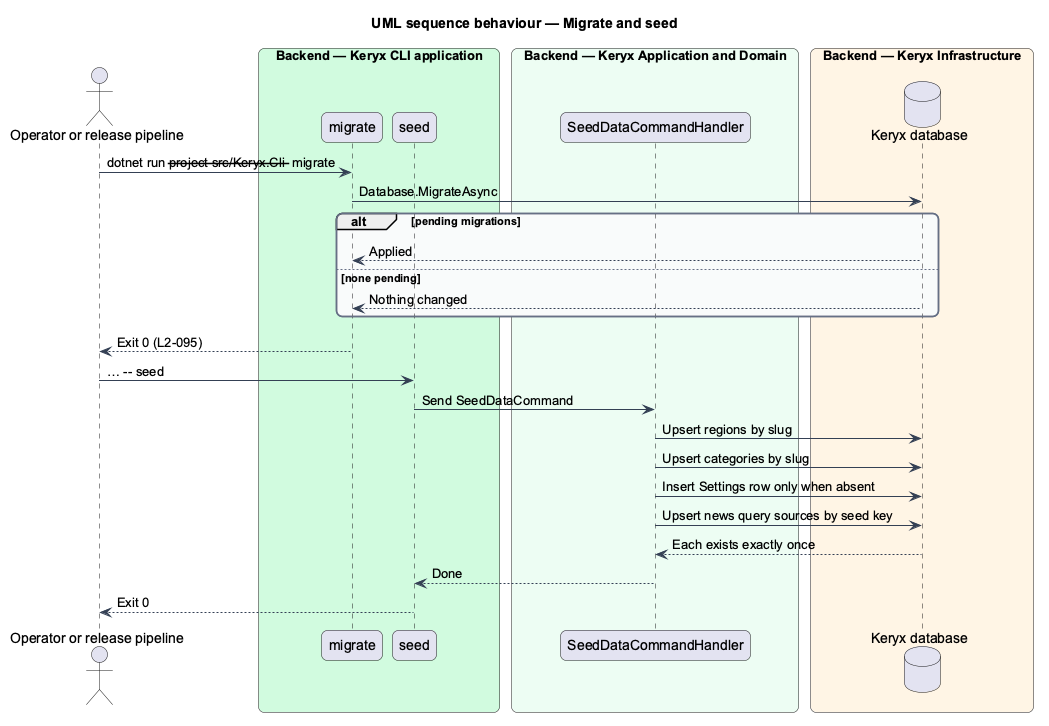
The PlantUML diagram docs/detailed-designs/operations/health-migrations-and-configuration/diagrams/sequence-migrate-and-seed.png in QuinntyneBrown/keryx, before a commit.
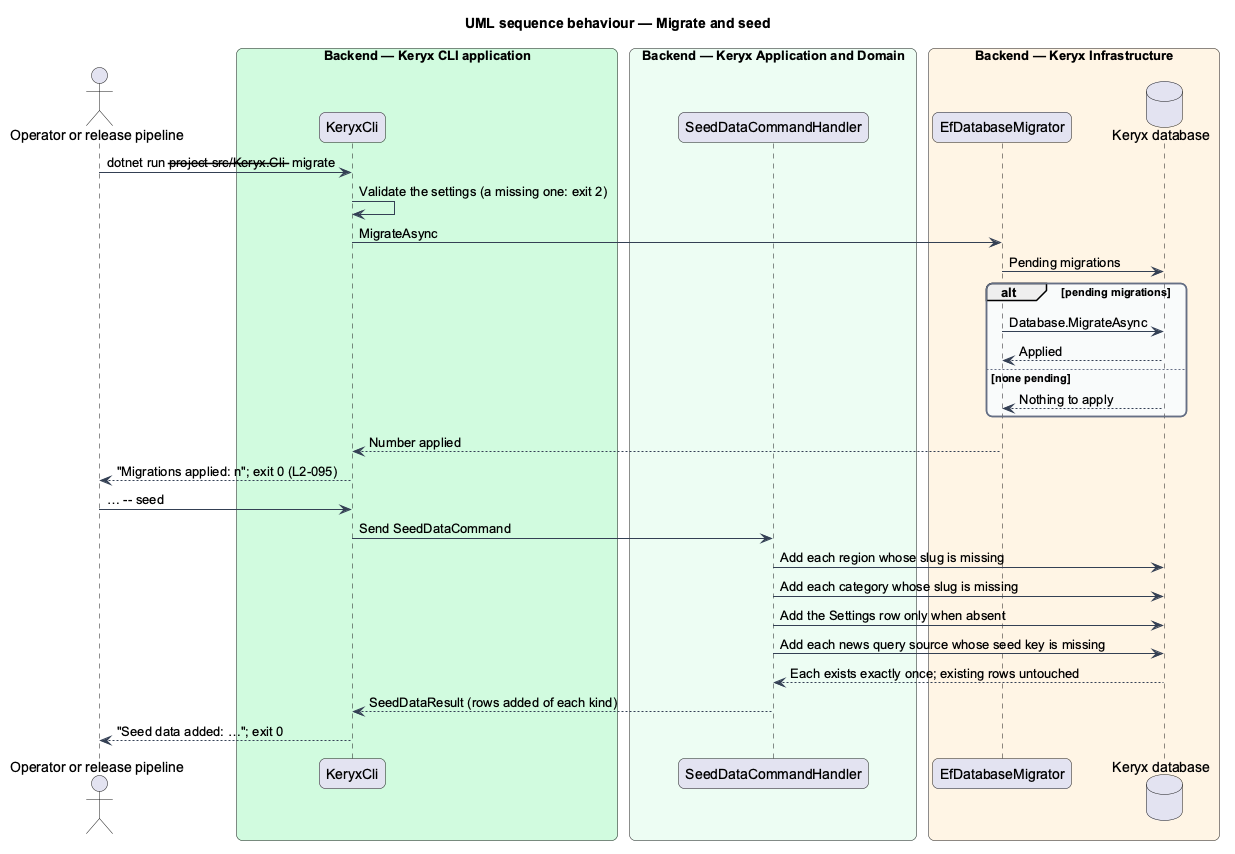
After the change.

Change to the diagram source:
```diff
@@ -16,30 +16,34 @@
 }
 actor "Operator or release pipeline" as op
 box "Backend — Keryx CLI application" #D1FADF
-  participant "migrate" as mig
-  participant "seed" as seed
+  participant "KeryxCli" as cli
 end box
 box "Backend — Keryx Application and Domain" #ECFDF3
   participant "SeedDataCommandHandler" as h
 end box
 box "Backend — Keryx Infrastructure" #FFF4E5
+  participant "EfDatabaseMigrator" as mig
   database "Keryx database" as db
 end box
-op -> mig : dotnet run --project src/Keryx.Cli -- migrate
-mig -> db : Database.MigrateAsync
+op -> cli : dotnet run --project src/Keryx.Cli -- migrate
+cli -> cli : Validate the settings (a missing one: exit 2)
+cli -> mig : MigrateAsync
+mig -> db : Pending migrations
 alt pending migrations
+  mig -> db : Database.MigrateAsync
   db --> mig : Applied
 else none pending
-  db --> mig : Nothing changed
+  db --> mig : Nothing to apply
 end
-mig --> op : Exit 0 (L2-095)
-op -> seed : … -- seed
-seed -> h : Send SeedDataCommand
-h -> db : Upsert regions by slug
-h -> db : Upsert categories by slug
-h -> db : Insert Settings row only when absent
-h -> db : Upsert news query sources by seed key
-db --> h : Each exists exactly once
-h --> seed : Done
-seed --> op : Exit 0
+mig --> cli : Number applied
+cli --> op : "Migrations applied: n"; exit 0 (L2-095)
+op -> cli : … -- seed
+cli -> h : Send SeedDataCommand
+h -> db : Add each region whose slug is missing
+h -> db : Add each category whose slug is missing
+h -> db : Add the Settings row only when absent
+h -> db : Add each news query source whose seed key is missing
+db --> h : Each exists exactly once; existing rows untouched
+h --> cli : SeedDataResult (rows added of each kind)
+cli --> op : "Seed data added: …"; exit 0
 @enduml
```
